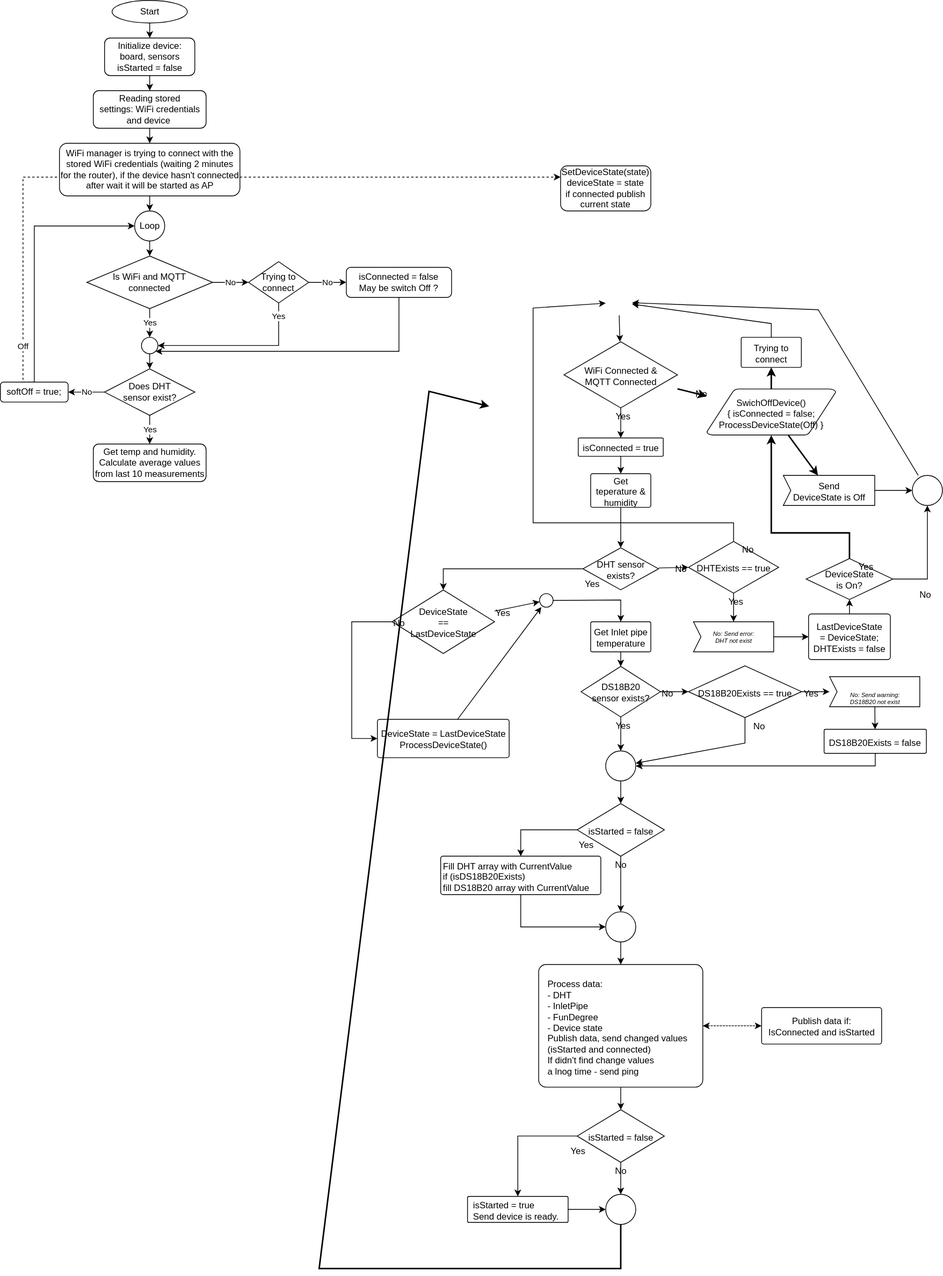
Before: doc/FlowDiagram.svg, a diagram exported from draw.io (kovandzhiev/RoomThermostat). Source tidied: cells renumbered, new cells last; positions are measured from the earlier drawing's top-left corner, leaving out a move shared by most shapes.
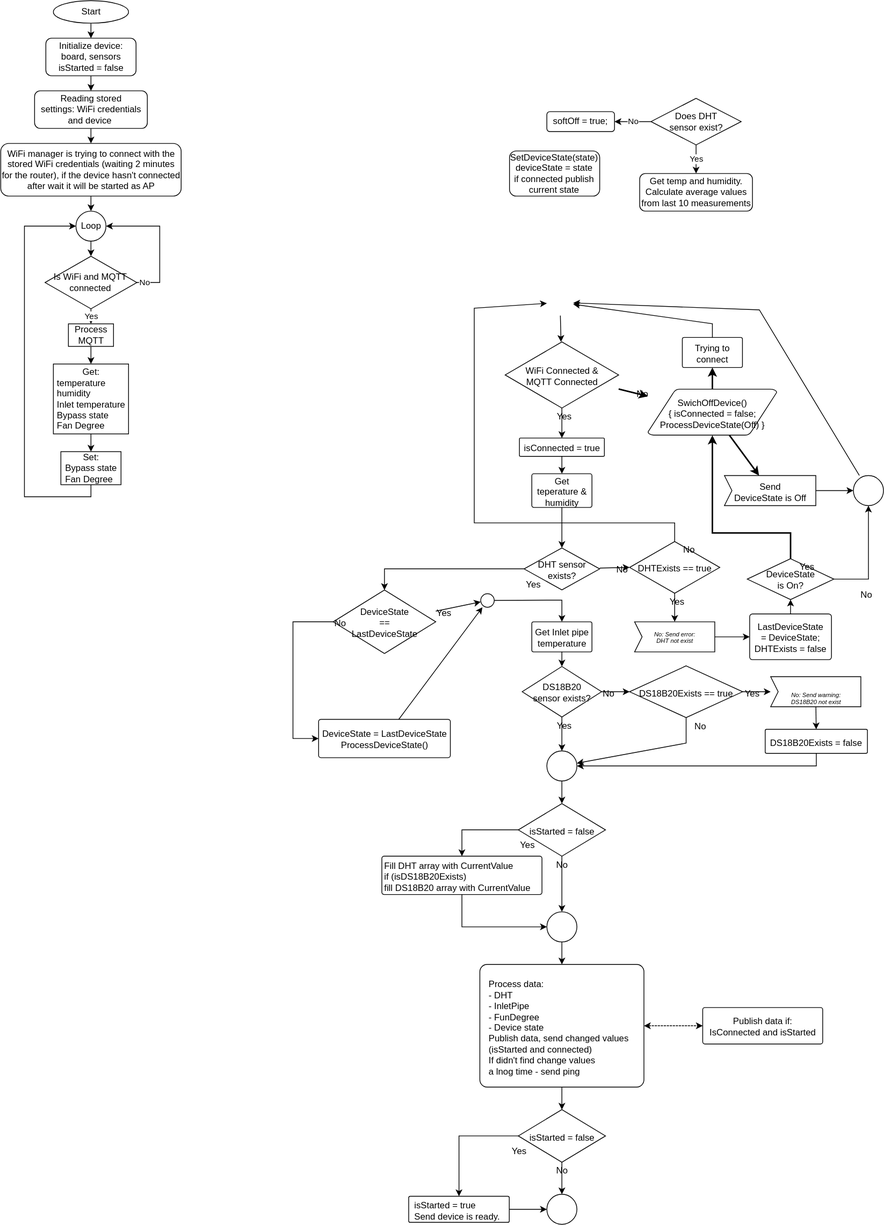
Above is the later version.

Commit message:
Separate device and high level processor logic

Diff of the diagram source:
```diff
@@ -364,16 +364,6 @@
     <mxCell id="103" style="graphMlID=e35;rounded=0;endArrow=classic;strokeWidth=1.0;startArrow=none;startFill=1;endFill=1;fontFamily=Helvetica;labelBackgroundColor=none;fontColor=default;" parent="1" edge="1" source="39" target="45">
       <mxGeometry relative="1" as="geometry" />
     </mxCell>
-    <mxCell id="104" style="graphMlID=e36;rounded=0;endArrow=classic;strokeWidth=2.0;startArrow=none;startFill=1;endFill=1;fontFamily=Helvetica;labelBackgroundColor=none;fontColor=default;" parent="1" edge="1" source="45">
-      <mxGeometry relative="1" as="geometry">
-        <mxPoint x="650" y="540" as="targetPoint" />
-        <Array as="points">
-          <mxPoint x="825" y="1686.6" />
-          <mxPoint x="423.9" y="1686.6" />
-          <mxPoint x="570" y="520" />
-        </Array>
-      </mxGeometry>
-    </mxCell>
     <mxCell id="105" style="graphMlID=e37;rounded=0;endArrow=classic;strokeWidth=1.0;startArrow=none;startFill=1;endFill=1;exitX=-0.00021709900288412269;exitY=0.5;entryX=-0.00015258789062508787;entryY=0.5;fontFamily=Helvetica;labelBackgroundColor=none;fontColor=default;" parent="1" edge="1" source="48" target="46">
       <mxGeometry relative="1" as="geometry">
         <Array as="points">
@@ -434,44 +424,20 @@
     <mxCell id="121" value="Loop" style="ellipse;whiteSpace=wrap;html=1;" parent="1" vertex="1">
       <mxGeometry x="178.5" y="280" width="40" height="40" as="geometry" />
     </mxCell>
-    <mxCell id="122" value="No" style="edgeStyle=orthogonalEdgeStyle;rounded=0;jettySize=auto;html=1;exitX=1;exitY=0.5;exitDx=0;exitDy=0;exitPerimeter=0;entryX=0;entryY=0.5;entryDx=0;entryDy=0;" parent="1" edge="1" source="124" target="129">
-      <mxGeometry relative="1" as="geometry" />
+    <mxCell id="122" value="No" style="edgeStyle=orthogonalEdgeStyle;rounded=0;jettySize=auto;html=1;exitX=1;exitY=0.5;exitDx=0;exitDy=0;exitPerimeter=0;entryX=1;entryY=0.5;entryDx=0;entryDy=0;" parent="1" edge="1" source="124" target="121">
+      <mxGeometry x="-0.88" relative="1" as="geometry">
+        <Array as="points">
+          <mxPoint x="290" y="375" />
+          <mxPoint x="290" y="300" />
+        </Array>
+      </mxGeometry>
     </mxCell>
-    <mxCell id="123" value="Yes" style="edgeStyle=orthogonalEdgeStyle;rounded=0;jettySize=auto;html=1;exitX=0.5;exitY=1;exitDx=0;exitDy=0;exitPerimeter=0;entryX=0.5;entryY=0;entryDx=0;entryDy=0;" parent="1" edge="1" source="124" target="131">
+    <mxCell id="123" value="Yes" style="edgeStyle=orthogonalEdgeStyle;rounded=0;jettySize=auto;html=1;exitX=0.5;exitY=1;exitDx=0;exitDy=0;exitPerimeter=0;entryX=0.5;entryY=0;entryDx=0;entryDy=0;" parent="1" edge="1" source="124" target="142">
       <mxGeometry relative="1" as="geometry" />
     </mxCell>
     <mxCell id="124" value="Is WiFi and MQTT&lt;br&gt;connected" style="strokeWidth=1;html=1;shape=mxgraph.flowchart.decision;whiteSpace=wrap;" parent="1" vertex="1">
-      <mxGeometry x="114.9" y="340" width="167.2" height="70" as="geometry" />
+      <mxGeometry x="137.4" y="340" width="122.1" height="70" as="geometry" />
     </mxCell>
-    <mxCell id="125" style="edgeStyle=orthogonalEdgeStyle;rounded=0;jettySize=auto;html=1;exitX=0.5;exitY=1;exitDx=0;exitDy=0;entryX=1;entryY=1;entryDx=0;entryDy=0;" parent="1" edge="1" source="126" target="131">
-      <mxGeometry relative="1" as="geometry">
-        <Array as="points">
-          <mxPoint x="530" y="467" />
-        </Array>
-      </mxGeometry>
-    </mxCell>
-    <mxCell id="126" value="isConnected = false&lt;br&gt;May be switch Off ?" style="rounded=1;whiteSpace=wrap;html=1;" parent="1" vertex="1">
-      <mxGeometry x="460" y="355" width="140" height="40" as="geometry" />
-    </mxCell>
-    <mxCell id="127" value="Yes" style="edgeStyle=orthogonalEdgeStyle;rounded=0;jettySize=auto;html=1;exitX=0.5;exitY=1;exitDx=0;exitDy=0;entryX=1;entryY=0.5;entryDx=0;entryDy=0;" parent="1" edge="1" source="129" target="131">
-      <mxGeometry x="-0.84" relative="1" as="geometry">
-        <Array as="points">
-          <mxPoint x="370" y="459" />
-        </Array>
-      </mxGeometry>
-    </mxCell>
-    <mxCell id="128" value="No" style="edgeStyle=orthogonalEdgeStyle;rounded=0;jettySize=auto;html=1;exitX=1;exitY=0.5;exitDx=0;exitDy=0;entryX=0;entryY=0.5;entryDx=0;entryDy=0;" parent="1" edge="1" source="129" target="126">
-      <mxGeometry relative="1" as="geometry" />
-    </mxCell>
-    <mxCell id="129" value="Trying to&lt;br&gt;connect" style="rhombus;whiteSpace=wrap;html=1;" parent="1" vertex="1">
-      <mxGeometry x="330" y="347.5" width="80" height="55" as="geometry" />
-    </mxCell>
-    <mxCell id="130" style="edgeStyle=orthogonalEdgeStyle;rounded=0;jettySize=auto;html=1;exitX=0.5;exitY=1;exitDx=0;exitDy=0;entryX=0.5;entryY=0;entryDx=0;entryDy=0;" parent="1" edge="1" source="131" target="134">
-      <mxGeometry relative="1" as="geometry" />
-    </mxCell>
-    <mxCell id="131" style="ellipse;whiteSpace=wrap;html=1;strokeWidth=1;" parent="1" vertex="1">
-      <mxGeometry x="187.6" y="448.1" width="21.9" height="21.9" as="geometry" />
-    </mxCell>
     <mxCell id="132" value="No" style="edgeStyle=orthogonalEdgeStyle;rounded=0;jettySize=auto;html=1;exitX=0;exitY=0.5;exitDx=0;exitDy=0;entryX=1;entryY=0.5;entryDx=0;entryDy=0;" parent="1" edge="1" source="134" target="137">
       <mxGeometry relative="1" as="geometry" />
     </mxCell>
@@ -479,30 +445,43 @@
       <mxGeometry relative="1" as="geometry" />
     </mxCell>
     <mxCell id="134" value="Does DHT&lt;br&gt;sensor&amp;nbsp;&lt;span style=&quot;&quot;&gt;exist?&lt;/span&gt;" style="rhombus;whiteSpace=wrap;html=1;strokeWidth=1;" parent="1" vertex="1">
-      <mxGeometry x="138.5" y="490" width="120" height="61.9" as="geometry" />
+      <mxGeometry x="943.5" y="130" width="120" height="61.9" as="geometry" />
     </mxCell>
-    <mxCell id="135" style="edgeStyle=orthogonalEdgeStyle;rounded=0;jettySize=auto;html=1;exitX=0.5;exitY=0;exitDx=0;exitDy=0;entryX=0;entryY=0.5;entryDx=0;entryDy=0;" parent="1" edge="1" source="137" target="121">
-      <mxGeometry relative="1" as="geometry" />
-    </mxCell>
-    <mxCell id="136" value="Off" style="edgeStyle=orthogonalEdgeStyle;rounded=0;jettySize=auto;html=1;exitX=0.5;exitY=0;exitDx=0;exitDy=0;entryX=0;entryY=0.25;entryDx=0;entryDy=0;dashed=1;" parent="1" edge="1" source="137" target="139">
-      <mxGeometry x="-0.87" relative="1" as="geometry">
-        <Array as="points">
-          <mxPoint x="30" y="508" />
-          <mxPoint x="30" y="235" />
-        </Array>
-      </mxGeometry>
-    </mxCell>
     <mxCell id="137" value="softOff = true;" style="rounded=1;whiteSpace=wrap;html=1;" parent="1" vertex="1">
-      <mxGeometry y="507.7" width="90" height="26.6" as="geometry" />
+      <mxGeometry x="805" y="147.7" width="90" height="26.6" as="geometry" />
     </mxCell>
     <mxCell id="138" value="Get temp and humidity.&lt;br&gt;Calculate average values from last 10 measurements" style="rounded=1;whiteSpace=wrap;html=1;strokeWidth=1;" parent="1" vertex="1">
-      <mxGeometry x="123.5" y="590" width="150" height="50" as="geometry" />
+      <mxGeometry x="928.5" y="230" width="150" height="50" as="geometry" />
     </mxCell>
     <mxCell id="139" value="SetDeviceState(state)&lt;br&gt;deviceState = state&lt;br&gt;if connected publish current state" style="rounded=1;whiteSpace=wrap;html=1;" parent="1" vertex="1">
-      <mxGeometry x="745" y="220" width="120" height="60" as="geometry" />
+      <mxGeometry x="755.3" y="200" width="120" height="60" as="geometry" />
     </mxCell>
     <mxCell id="140" value="&lt;p&gt;WiFi manager is&amp;nbsp;&lt;span style=&quot;&quot;&gt;trying to connect with the stored WiFi&amp;nbsp;&lt;/span&gt;credentials (waiting 2 minutes for the router), if&amp;nbsp;the device&amp;nbsp;&lt;span style=&quot;&quot;&gt;hasn't connected after wait it will be started as AP&lt;/span&gt;&lt;/p&gt;" style="rounded=1;whiteSpace=wrap;html=1;fontFamily=Helvetica;align=center;labelBackgroundColor=none;" parent="1" vertex="1">
       <mxGeometry x="78.5" y="190" width="240" height="70" as="geometry" />
     </mxCell>
+    <mxCell id="141" style="edgeStyle=orthogonalEdgeStyle;rounded=0;jettySize=auto;html=1;exitX=0.5;exitY=1;exitDx=0;exitDy=0;entryX=0.5;entryY=0;entryDx=0;entryDy=0;" parent="1" edge="1" source="142" target="144">
+      <mxGeometry relative="1" as="geometry" />
+    </mxCell>
+    <mxCell id="142" value="Process MQTT" style="whiteSpace=wrap;html=1;" parent="1" vertex="1">
+      <mxGeometry x="168.5" y="430" width="60" height="30" as="geometry" />
+    </mxCell>
+    <mxCell id="143" style="edgeStyle=orthogonalEdgeStyle;rounded=0;jettySize=auto;html=1;exitX=0.5;exitY=1;exitDx=0;exitDy=0;entryX=0.5;entryY=0;entryDx=0;entryDy=0;" parent="1" edge="1" source="144" target="146">
+      <mxGeometry relative="1" as="geometry" />
+    </mxCell>
+    <mxCell id="144" value="Get:&lt;br style=&quot;border-color: var(--border-color);&quot;&gt;&lt;div style=&quot;border-color: var(--border-color); text-align: left;&quot;&gt;temperature&lt;/div&gt;&lt;span style=&quot;border-color: var(--border-color); background-color: initial;&quot;&gt;&lt;div style=&quot;border-color: var(--border-color); text-align: left;&quot;&gt;&lt;span style=&quot;border-color: var(--border-color); background-color: initial;&quot;&gt;humidity&lt;/span&gt;&lt;/div&gt;&lt;/span&gt;&lt;div style=&quot;border-color: var(--border-color); text-align: left;&quot;&gt;&lt;span style=&quot;border-color: var(--border-color); background-color: initial;&quot;&gt;Inlet temperature&lt;/span&gt;&lt;/div&gt;&lt;span style=&quot;border-color: var(--border-color); background-color: initial;&quot;&gt;&lt;div style=&quot;border-color: var(--border-color); text-align: left;&quot;&gt;&lt;span style=&quot;border-color: var(--border-color); background-color: initial;&quot;&gt;Bypass state&lt;/span&gt;&lt;/div&gt;&lt;/span&gt;&lt;span style=&quot;border-color: var(--border-color); background-color: initial;&quot;&gt;&lt;div style=&quot;border-color: var(--border-color); text-align: left;&quot;&gt;&lt;span style=&quot;border-color: var(--border-color); background-color: initial;&quot;&gt;Fan Degree&lt;/span&gt;&lt;/div&gt;&lt;/span&gt;" style="rounded=0;whiteSpace=wrap;html=1;" parent="1" vertex="1">
+      <mxGeometry x="148.5" y="483.4" width="100" height="93" as="geometry" />
+    </mxCell>
+    <mxCell id="145" style="edgeStyle=orthogonalEdgeStyle;rounded=0;jettySize=auto;html=1;exitX=0.5;exitY=1;exitDx=0;exitDy=0;entryX=0;entryY=0.5;entryDx=0;entryDy=0;" parent="1" edge="1" source="146" target="121">
+      <mxGeometry relative="1" as="geometry">
+        <Array as="points">
+          <mxPoint x="199" y="660" />
+          <mxPoint x="110" y="660" />
+          <mxPoint x="110" y="300" />
+        </Array>
+      </mxGeometry>
+    </mxCell>
+    <mxCell id="146" value="Set:&lt;br style=&quot;border-color: var(--border-color);&quot;&gt;&lt;div style=&quot;border-color: var(--border-color); text-align: left;&quot;&gt;Bypass state&lt;br style=&quot;border-color: var(--border-color);&quot;&gt;&lt;/div&gt;&lt;span style=&quot;border-color: var(--border-color); background-color: initial;&quot;&gt;&lt;div style=&quot;border-color: var(--border-color); text-align: left;&quot;&gt;&lt;span style=&quot;border-color: var(--border-color); background-color: initial;&quot;&gt;Fan Degree&lt;/span&gt;&lt;/div&gt;&lt;/span&gt;" style="rounded=0;whiteSpace=wrap;html=1;" parent="1" vertex="1">
+      <mxGeometry x="158.5" y="600" width="80" height="44" as="geometry" />
+    </mxCell>
   </root>
 </mxGraphModel>
```
